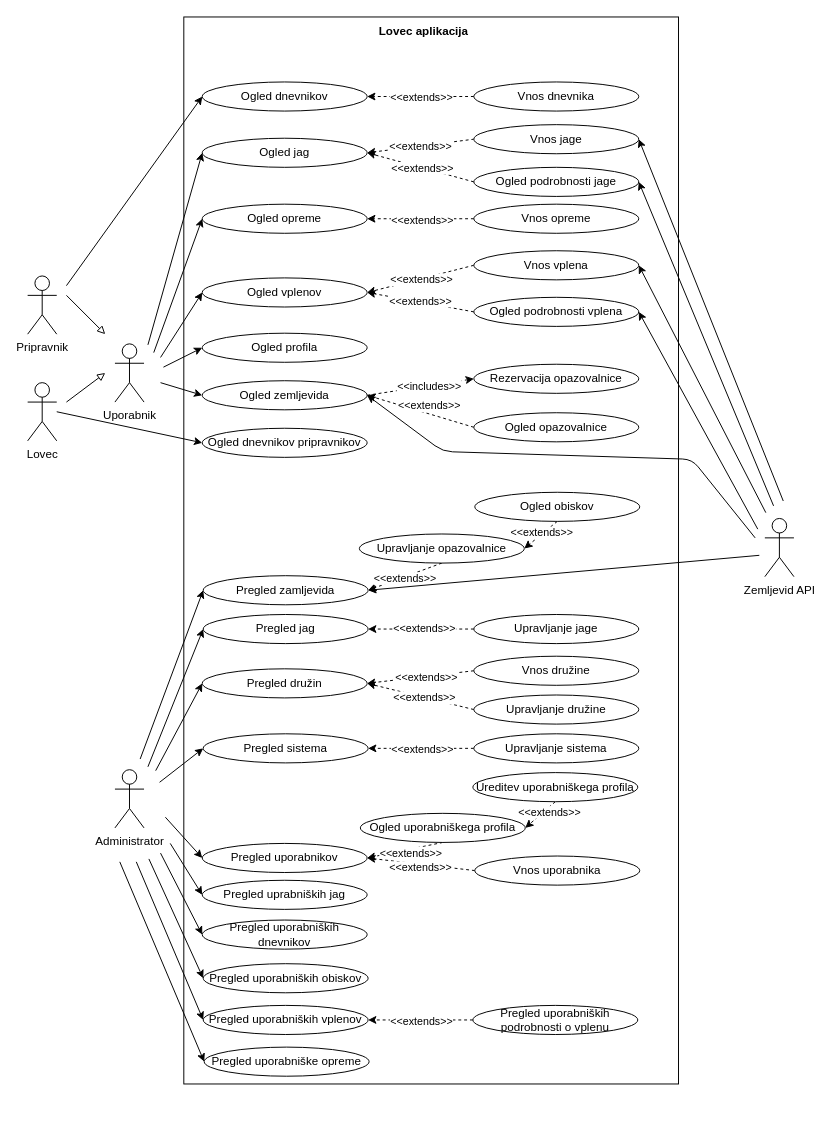
janmerhar/lovec keeps this draw.io diagram as docs/uml/dpu.drawio. Above is the earlier version. Source tidied: cells renumbered, new cells numbered last; positions are measured from the earlier drawing's top-left corner, leaving out a move shared by most shapes. Both pictures are drawn from the tidied source at 97%, with x=0, y=0 at pixel (27, 16).
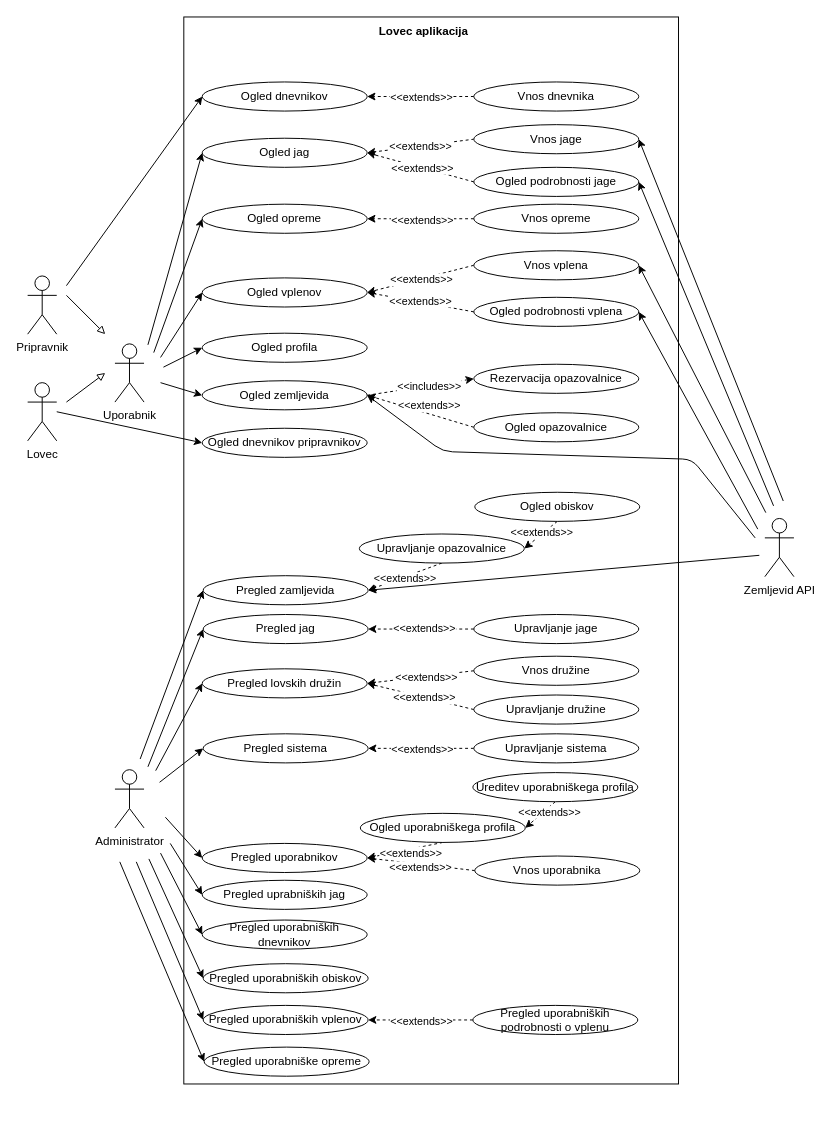
The same page after the edit.

Unchanged cells that the change refers to:
```xml
<mxCell id="9" style="group;" parent="1" vertex="1">
  <mxGeometry x="160" y="27" width="510" height="1100" as="geometry" />
</mxCell>
```

Change to the diagram source:
```diff
@@
-    <mxCell id="43" value="Pregled družin" style="ellipse;whiteSpace=wrap;html=1;" parent="9" vertex="1">
+    <mxCell id="43" value="Pregled lovskih družin" style="ellipse;whiteSpace=wrap;html=1;" parent="9" vertex="1">
       <mxGeometry x="20" y="645" width="170" height="30" as="geometry" />
     </mxCell>
```
